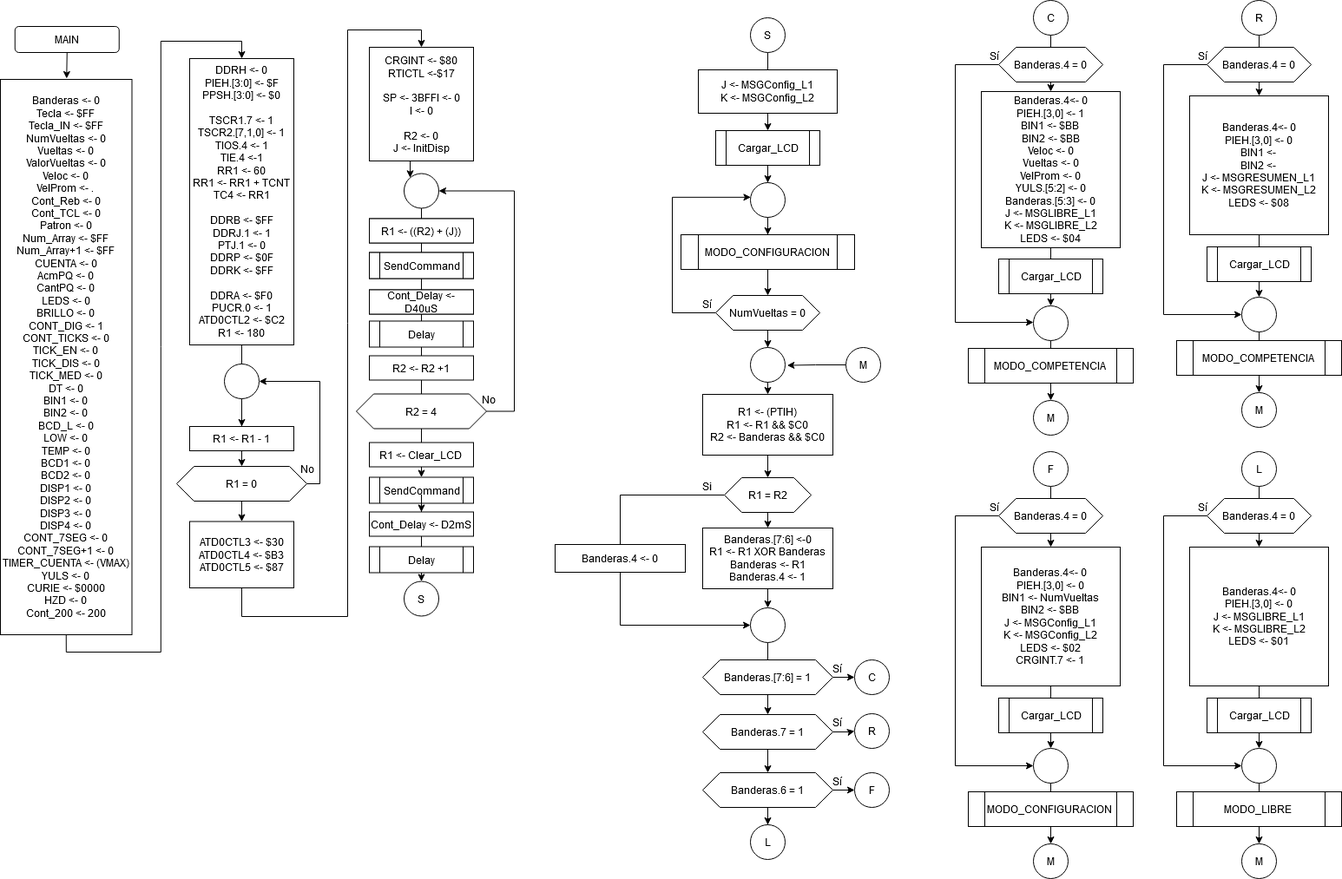
This is PF/img/MAIN.png from robz25/Microprocesadores, a draw.io export, as it was before one commit. Source tidied: cells renumbered, new cells last; positions are measured from the earlier drawing's top-left corner, leaving out a move shared by most shapes.
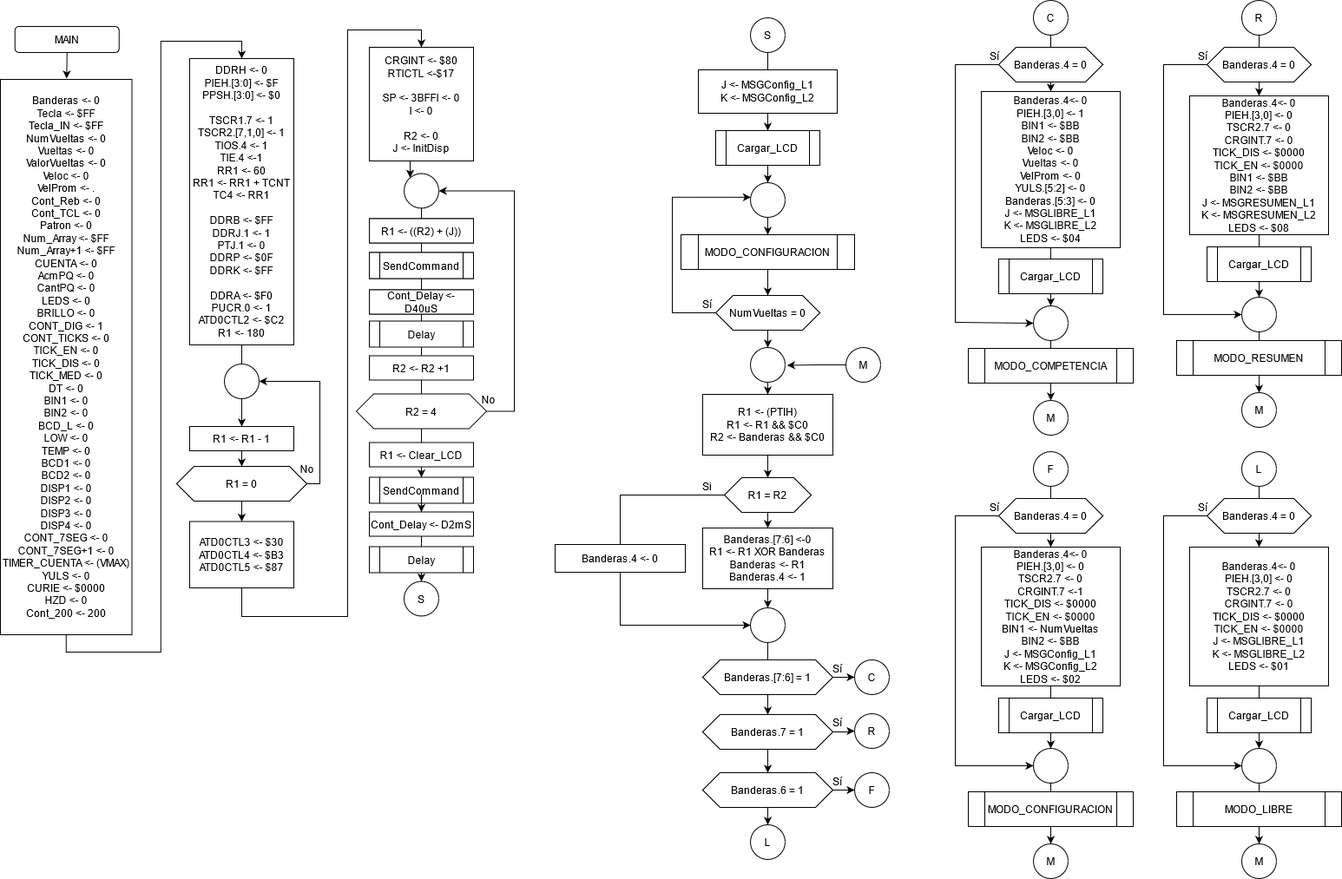
After the change.

The edit, as a diff of the source:
```diff
@@ -186,7 +186,7 @@
     <mxCell id="56" style="edgeStyle=orthogonalEdgeStyle;rounded=0;jettySize=auto;html=1;" parent="1" edge="1" source="57" target="60">
       <mxGeometry relative="1" as="geometry" />
     </mxCell>
-    <mxCell id="57" value="&lt;div&gt;Banderas.4&amp;lt;- 0&lt;/div&gt;&lt;div&gt;PIEH.[3,0] &amp;lt;- 0&lt;br&gt;&lt;/div&gt;&lt;div&gt;BIN1 &amp;lt;- &lt;br&gt;&lt;/div&gt;&lt;div&gt;BIN2 &amp;lt;- &lt;br&gt;&lt;/div&gt;&lt;div&gt;J &amp;lt;- MSGRESUMEN_L1&lt;/div&gt;&lt;div&gt;K &amp;lt;- MSGRESUMEN_L2&lt;/div&gt;&lt;div&gt;LEDS &amp;lt;- $08&lt;/div&gt;" style="rounded=0;whiteSpace=wrap;html=1;" parent="1" vertex="1">
+    <mxCell id="57" value="&lt;div&gt;Banderas.4&amp;lt;- 0&lt;/div&gt;&lt;div&gt;PIEH.[3,0] &amp;lt;- 0&lt;br&gt;&lt;/div&gt;&lt;div&gt;&lt;div&gt;TSCR2.7 &amp;lt;- 0&lt;br&gt;&lt;/div&gt;&lt;div&gt;CRGINT.7 &amp;lt;- 0&lt;br&gt;&lt;/div&gt;&lt;div&gt;&lt;div&gt;TICK_DIS &amp;lt;- $0000&lt;/div&gt;&lt;div&gt;TICK_EN &amp;lt;- $0000&lt;/div&gt;&lt;/div&gt;&lt;/div&gt;&lt;div&gt;BIN1 &amp;lt;- $BB&lt;br&gt;&lt;/div&gt;&lt;div&gt;BIN2 &amp;lt;- $BB&lt;br&gt;&lt;/div&gt;&lt;div&gt;J &amp;lt;- MSGRESUMEN_L1&lt;/div&gt;&lt;div&gt;K &amp;lt;- MSGRESUMEN_L2&lt;/div&gt;&lt;div&gt;LEDS &amp;lt;- $08&lt;/div&gt;" style="rounded=0;whiteSpace=wrap;html=1;" parent="1" vertex="1">
       <mxGeometry x="1370" y="110" width="160" height="160" as="geometry" />
     </mxCell>
     <mxCell id="58" style="edgeStyle=orthogonalEdgeStyle;rounded=0;jettySize=auto;html=1;exitX=0;exitY=0.5;exitDx=0;exitDy=0;entryX=0;entryY=0.5;entryDx=0;entryDy=0;" parent="1" edge="1" source="67" target="60">
@@ -209,7 +209,7 @@
     <mxCell id="62" value="Sí" style="text;html=1;align=center;verticalAlign=middle;" parent="1" vertex="1">
       <mxGeometry x="1370" y="54" width="30" height="20" as="geometry" />
     </mxCell>
-    <mxCell id="63" value="MODO_COMPETENCIA" style="shape=process;whiteSpace=wrap;html=1;backgroundOutline=1;" parent="1" vertex="1">
+    <mxCell id="63" value="MODO_RESUMEN" style="shape=process;whiteSpace=wrap;html=1;backgroundOutline=1;" parent="1" vertex="1">
       <mxGeometry x="1355" y="392" width="190" height="40" as="geometry" />
     </mxCell>
     <mxCell id="64" value="M" style="ellipse;whiteSpace=wrap;html=1;" parent="1" vertex="1">
@@ -227,7 +227,7 @@
     <mxCell id="68" style="edgeStyle=orthogonalEdgeStyle;rounded=0;jettySize=auto;html=1;" parent="1" edge="1" source="69" target="72">
       <mxGeometry relative="1" as="geometry" />
     </mxCell>
-    <mxCell id="69" value="&lt;div&gt;Banderas.4&amp;lt;- 0&lt;/div&gt;&lt;div&gt;PIEH.[3,0] &amp;lt;- 0&lt;br&gt;&lt;/div&gt;&lt;div&gt;BIN1 &amp;lt;- NumVueltas&lt;br&gt;&lt;/div&gt;&lt;div&gt;BIN2 &amp;lt;- $BB&lt;br&gt;&lt;/div&gt;&lt;div&gt;J &amp;lt;- MSGConfig_L1&lt;/div&gt;&lt;div&gt;K &amp;lt;- MSGConfig_L2&lt;/div&gt;&lt;div&gt;LEDS &amp;lt;- $02&lt;/div&gt;&lt;div&gt;CRGINT.7 &amp;lt;- 1&lt;br&gt;&lt;/div&gt;" style="rounded=0;whiteSpace=wrap;html=1;" parent="1" vertex="1">
+    <mxCell id="69" value="&lt;div&gt;Banderas.4&amp;lt;- 0&lt;/div&gt;&lt;div&gt;PIEH.[3,0] &amp;lt;- 0&lt;/div&gt;&lt;div&gt;&lt;div&gt;TSCR2.7 &amp;lt;- 0&lt;/div&gt;&lt;div&gt;CRGINT.7 &amp;lt;-1&lt;/div&gt;&lt;div&gt;&lt;div&gt;TICK_DIS &amp;lt;- $0000&lt;/div&gt;&lt;div&gt;TICK_EN &amp;lt;- $0000&lt;/div&gt;&lt;/div&gt;&lt;/div&gt;&lt;div&gt;BIN1 &amp;lt;- NumVueltas&lt;br&gt;&lt;/div&gt;&lt;div&gt;BIN2 &amp;lt;- $BB&lt;br&gt;&lt;/div&gt;&lt;div&gt;J &amp;lt;- MSGConfig_L1&lt;/div&gt;&lt;div&gt;K &amp;lt;- MSGConfig_L2&lt;/div&gt;&lt;div&gt;LEDS &amp;lt;- $02&lt;/div&gt;" style="rounded=0;whiteSpace=wrap;html=1;" parent="1" vertex="1">
       <mxGeometry x="1130" y="630" width="160" height="160" as="geometry" />
     </mxCell>
     <mxCell id="70" style="edgeStyle=orthogonalEdgeStyle;rounded=0;jettySize=auto;html=1;exitX=0;exitY=0.5;exitDx=0;exitDy=0;entryX=0;entryY=0.5;entryDx=0;entryDy=0;" parent="1" edge="1" source="79" target="72">
@@ -268,7 +268,7 @@
     <mxCell id="80" style="edgeStyle=orthogonalEdgeStyle;rounded=0;jettySize=auto;html=1;" parent="1" edge="1" source="81" target="84">
       <mxGeometry relative="1" as="geometry" />
     </mxCell>
-    <mxCell id="81" value="&lt;div&gt;Banderas.4&amp;lt;- 0&lt;/div&gt;&lt;div&gt;PIEH.[3,0] &amp;lt;- 0&lt;/div&gt;J &amp;lt;- MSGLIBRE_L1&lt;div&gt;K &amp;lt;- MSGLIBRE_L2&lt;/div&gt;&lt;div&gt;LEDS &amp;lt;- $01&lt;/div&gt;" style="rounded=0;whiteSpace=wrap;html=1;" parent="1" vertex="1">
+    <mxCell id="81" value="&lt;div&gt;Banderas.4&amp;lt;- 0&lt;/div&gt;&lt;div&gt;PIEH.[3,0] &amp;lt;- 0&lt;/div&gt;&lt;div&gt;TSCR2.7 &amp;lt;- 0&lt;/div&gt;&lt;div&gt;CRGINT.7 &amp;lt;- 0&lt;/div&gt;&lt;div&gt;TICK_DIS &amp;lt;- $0000&lt;/div&gt;&lt;div&gt;TICK_EN &amp;lt;- $0000&lt;/div&gt;J &amp;lt;- MSGLIBRE_L1&lt;div&gt;K &amp;lt;- MSGLIBRE_L2&lt;/div&gt;&lt;div&gt;LEDS &amp;lt;- $01&lt;/div&gt;" style="rounded=0;whiteSpace=wrap;html=1;" parent="1" vertex="1">
       <mxGeometry x="1370" y="630" width="160" height="160" as="geometry" />
     </mxCell>
     <mxCell id="82" style="edgeStyle=orthogonalEdgeStyle;rounded=0;jettySize=auto;html=1;exitX=0;exitY=0.5;exitDx=0;exitDy=0;entryX=0;entryY=0.5;entryDx=0;entryDy=0;" parent="1" edge="1" source="91" target="84">
```
